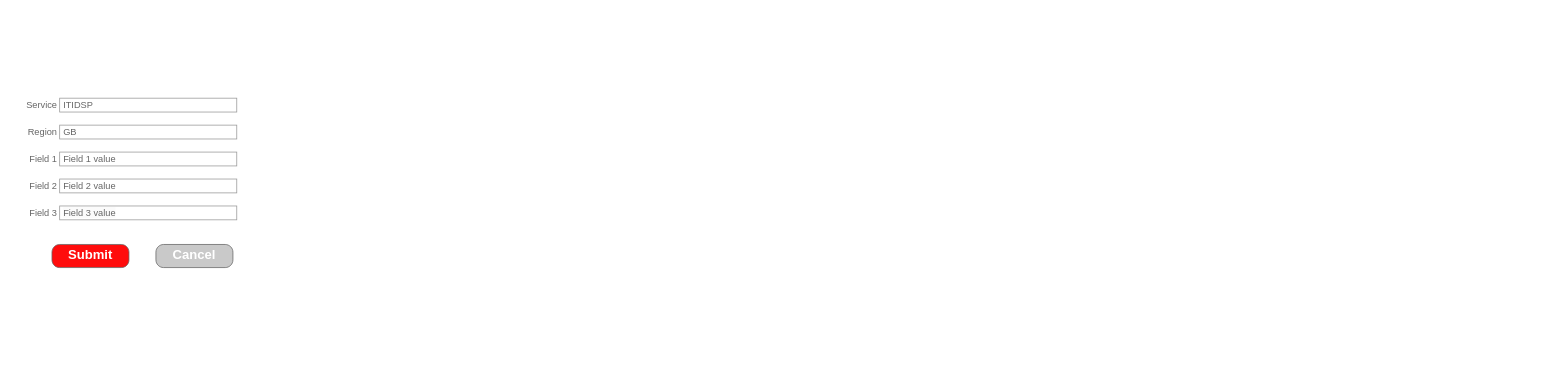
Above: Untitled Diagram.drawio in pgirish007/java_code (draw.io), before the change. Source tidied: cells renumbered, new cells numbered last; positions are measured from the earlier drawing's top-left corner, leaving out a move shared by most shapes. Both pictures are drawn from the tidied source at 77%, with x=0, y=0 at pixel (21, 98).
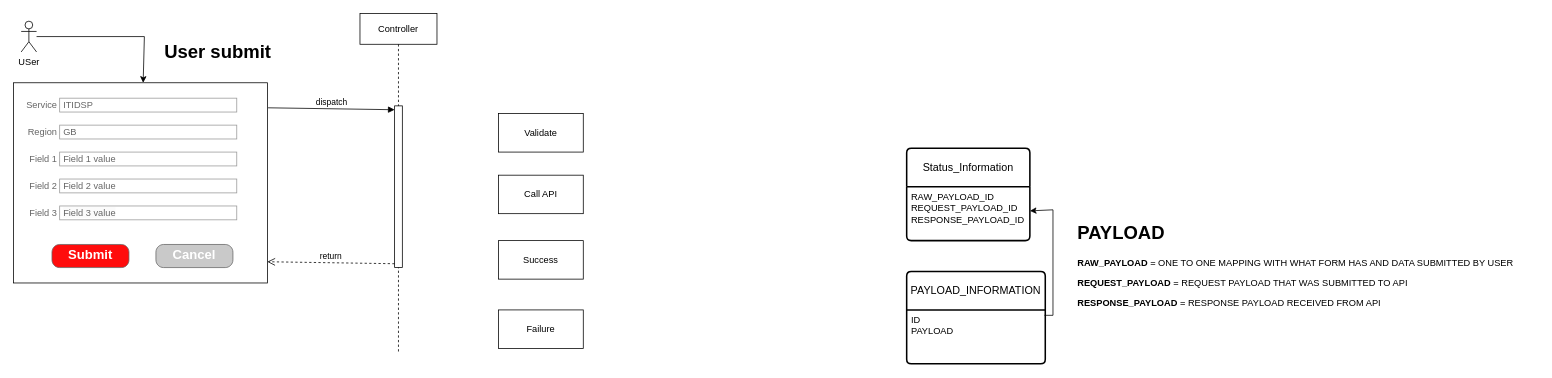
The same diagram, later.

Diff of the diagram source:
```diff
@@
+    <mxCell id="14" style="rounded=0;whiteSpace=wrap;html=1;" parent="1" vertex="1">
+      <mxGeometry x="-10" y="-20" width="330" height="260" as="geometry" />
+    </mxCell>
@@
+    <mxCell id="15" value="USer" style="shape=umlActor;verticalLabelPosition=bottom;verticalAlign=top;html=1;outlineConnect=0;" parent="1" vertex="1">
+      <mxGeometry y="-100" width="20" height="40" as="geometry" />
+    </mxCell>
+    <mxCell id="16" style="endArrow=classic;html=1;rounded=0;" parent="1" edge="1" source="15" target="14">
+      <mxGeometry relative="1" as="geometry">
+        <Array as="points">
+          <mxPoint x="160" y="-80" />
+        </Array>
+      </mxGeometry>
+    </mxCell>
+    <mxCell id="17" value="Status_Information" style="swimlane;horizontal=1;startSize=50;rounded=1;fontSize=14;fontStyle=0;strokeWidth=2;shadow=0;dashed=0;align=center;arcSize=4;whiteSpace=wrap;html=1;" parent="1" vertex="1">
+      <mxGeometry x="1150" y="65" width="160" height="120" as="geometry" />
+    </mxCell>
+    <mxCell id="18" value="RAW_PAYLOAD_ID&lt;div&gt;REQUEST_PAYLOAD_ID&lt;/div&gt;&lt;div&gt;RESPONSE_PAYLOAD_ID&lt;/div&gt;" style="align=left;strokeColor=none;fillColor=none;spacingLeft=4;fontSize=12;verticalAlign=top;html=1;" parent="17" vertex="1">
+      <mxGeometry y="50" width="160" height="70" as="geometry" />
+    </mxCell>
+    <mxCell id="19" value="PAYLOAD_INFORMATION" style="swimlane;horizontal=1;startSize=50;rounded=1;fontSize=14;fontStyle=0;strokeWidth=2;shadow=0;dashed=0;align=center;arcSize=4;whiteSpace=wrap;html=1;" parent="1" vertex="1">
+      <mxGeometry x="1150" y="225" width="180" height="120" as="geometry" />
+    </mxCell>
+    <mxCell id="20" value="ID&lt;div&gt;PAYLOAD&lt;/div&gt;" style="align=left;strokeColor=none;fillColor=none;spacingLeft=4;fontSize=12;verticalAlign=top;html=1;" parent="19" vertex="1">
+      <mxGeometry y="50" width="180" height="70" as="geometry" />
+    </mxCell>
+    <mxCell id="21" style="endArrow=classic;html=1;rounded=0;exitX=0.994;exitY=0.1;exitDx=0;exitDy=0;exitPerimeter=0;flowAnimation=0;" parent="1" edge="1" source="20" target="18">
+      <mxGeometry relative="1" as="geometry">
+        <Array as="points">
+          <mxPoint x="1340" y="282" />
+          <mxPoint x="1340" y="145" />
+        </Array>
+      </mxGeometry>
+    </mxCell>
+    <mxCell id="22" value="&lt;h1 style=&quot;margin-top: 0px;&quot;&gt;PAYLOAD&lt;/h1&gt;&lt;p&gt;&lt;b&gt;RAW_PAYLOAD&lt;/b&gt; = ONE TO ONE MAPPING WITH WHAT FORM HAS AND DATA SUBMITTED BY USER&lt;/p&gt;&lt;p&gt;&lt;b&gt;REQUEST_PAYLOAD&lt;/b&gt;&amp;nbsp;= REQUEST PAYLOAD THAT WAS SUBMITTED TO API&lt;/p&gt;&lt;p&gt;&lt;b&gt;RESPONSE_PAYLOAD&lt;/b&gt;&amp;nbsp;= RESPONSE PAYLOAD RECEIVED FROM API&lt;/p&gt;" style="text;html=1;whiteSpace=wrap;overflow=hidden;rounded=0;" parent="1" vertex="1">
+      <mxGeometry x="1370" y="155" width="600" height="120" as="geometry" />
+    </mxCell>
+    <mxCell id="23" value="User submit" style="text;strokeColor=none;fillColor=none;html=1;fontSize=24;fontStyle=1;verticalAlign=middle;align=center;" parent="1" vertex="1">
+      <mxGeometry x="170" y="-80" width="170" height="40" as="geometry" />
+    </mxCell>
+    <mxCell id="24" value="Controller" style="shape=umlLifeline;perimeter=lifelinePerimeter;whiteSpace=wrap;html=1;newEdgeStyle={&quot;curved&quot;:0,&quot;rounded&quot;:0};" parent="1" vertex="1">
+      <mxGeometry x="440" y="-110" width="100" height="440" as="geometry" />
+    </mxCell>
+    <mxCell id="25" style="html=1;points=[[0,0,0,0,5],[0,1,0,0,-5],[1,0,0,0,5],[1,1,0,0,-5]];perimeter=orthogonalPerimeter;outlineConnect=0;targetShapes=umlLifeline;portConstraint=eastwest;newEdgeStyle={&quot;curved&quot;:0,&quot;rounded&quot;:0};" parent="24" vertex="1">
+      <mxGeometry x="45" y="120" width="10" height="210" as="geometry" />
+    </mxCell>
+    <mxCell id="26" value="dispatch" style="html=1;verticalAlign=bottom;endArrow=block;curved=0;rounded=0;entryX=0;entryY=0;entryDx=0;entryDy=5;exitX=1.002;exitY=0.125;exitDx=0;exitDy=0;exitPerimeter=0;" parent="1" edge="1" source="14" target="25">
+      <mxGeometry relative="1" as="geometry" />
+    </mxCell>
+    <mxCell id="27" value="return" style="html=1;verticalAlign=bottom;endArrow=open;dashed=1;endSize=8;curved=0;rounded=0;exitX=0;exitY=1;exitDx=0;exitDy=-5;entryX=0.999;entryY=0.894;entryDx=0;entryDy=0;entryPerimeter=0;" parent="1" edge="1" source="25" target="14">
+      <mxGeometry relative="1" as="geometry" />
+    </mxCell>
+    <mxCell id="28" value="Call API" style="html=1;whiteSpace=wrap;" parent="1" vertex="1">
+      <mxGeometry x="620" y="100" width="110" height="50" as="geometry" />
+    </mxCell>
+    <mxCell id="29" value="Validate" style="html=1;whiteSpace=wrap;" parent="1" vertex="1">
+      <mxGeometry x="620" y="20" width="110" height="50" as="geometry" />
+    </mxCell>
+    <mxCell id="30" value="Success" style="html=1;whiteSpace=wrap;" parent="1" vertex="1">
+      <mxGeometry x="620" y="185" width="110" height="50" as="geometry" />
+    </mxCell>
+    <mxCell id="31" value="Failure" style="html=1;whiteSpace=wrap;" parent="1" vertex="1">
+      <mxGeometry x="620" y="275" width="110" height="50" as="geometry" />
+    </mxCell>
```
